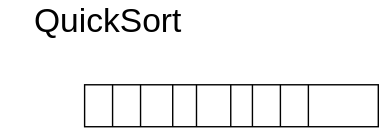
Above: Algoritmos/Quicksort/Quicksort.drawio.svg in Nordcode-cyber/Algoritmos-Estructdatos (draw.io), before the change. Source tidied: cells renumbered, new cells last; positions are measured from the earlier drawing's top-left corner, leaving out a move shared by most shapes.
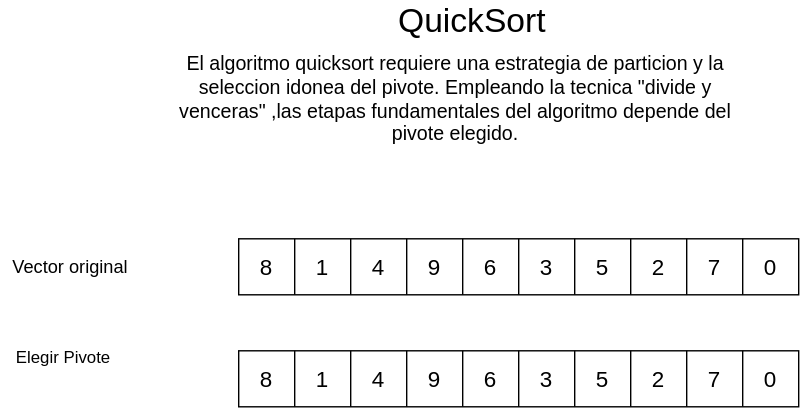
After the change.

Change to the diagram source:
```diff
@@ -5,56 +5,188 @@
     <mxCell id="2" value="&lt;font style=&quot;font-size: 24px; color: light-dark(rgb(0, 0, 0), rgb(255, 0, 0));&quot;&gt;QuickSort&lt;/font&gt;" style="text;html=1;align=center;verticalAlign=middle;whiteSpace=wrap;rounded=0;" parent="1" vertex="1">
       <mxGeometry width="154" height="30" as="geometry" />
     </mxCell>
-    <mxCell id="3" style="rounded=0;whiteSpace=wrap;html=1;fillColor=none;" parent="1" vertex="1">
-      <mxGeometry x="60" y="60" width="210" height="30" as="geometry" />
-    </mxCell>
-    <mxCell id="4" style="endArrow=none;html=1;" parent="1" edge="1">
-      <mxGeometry relative="1" as="geometry">
-        <mxPoint x="80" y="90" as="sourcePoint" />
-        <mxPoint x="80" y="60" as="targetPoint" />
-      </mxGeometry>
-    </mxCell>
-    <mxCell id="5" style="endArrow=none;html=1;" parent="1" edge="1">
-      <mxGeometry relative="1" as="geometry">
-        <mxPoint x="100" y="90" as="sourcePoint" />
-        <mxPoint x="100" y="60" as="targetPoint" />
-      </mxGeometry>
-    </mxCell>
-    <mxCell id="6" style="endArrow=none;html=1;" parent="1" edge="1">
-      <mxGeometry relative="1" as="geometry">
-        <mxPoint x="123" y="90" as="sourcePoint" />
-        <mxPoint x="123" y="60" as="targetPoint" />
-      </mxGeometry>
-    </mxCell>
-    <mxCell id="7" style="endArrow=none;html=1;" parent="1" edge="1">
-      <mxGeometry relative="1" as="geometry">
-        <mxPoint x="140" y="90" as="sourcePoint" />
-        <mxPoint x="140" y="60" as="targetPoint" />
-      </mxGeometry>
-    </mxCell>
-    <mxCell id="8" style="endArrow=none;html=1;" parent="1" edge="1">
-      <mxGeometry relative="1" as="geometry">
-        <mxPoint x="164.5" y="90" as="sourcePoint" />
-        <mxPoint x="164.5" y="60" as="targetPoint" />
-      </mxGeometry>
-    </mxCell>
-    <mxCell id="9" style="endArrow=none;html=1;" parent="1" edge="1">
-      <mxGeometry relative="1" as="geometry">
-        <mxPoint x="180" y="90" as="sourcePoint" />
-        <mxPoint x="180" y="60" as="targetPoint" />
-      </mxGeometry>
-    </mxCell>
-    <mxCell id="10" style="endArrow=none;html=1;" parent="1" edge="1">
-      <mxGeometry relative="1" as="geometry">
-        <mxPoint x="200" y="90" as="sourcePoint" />
-        <mxPoint x="200" y="60" as="targetPoint" />
-      </mxGeometry>
-    </mxCell>
-    <mxCell id="11" style="endArrow=none;html=1;" parent="1" edge="1">
-      <mxGeometry relative="1" as="geometry">
-        <mxPoint x="220" y="90" as="sourcePoint" />
-        <mxPoint x="220" y="60" as="targetPoint" />
-      </mxGeometry>
-    </mxCell>
+    <mxCell id="12" value="&lt;font style=&quot;font-size: 14px; color: light-dark(rgb(0, 0, 0), rgb(255, 0, 0));&quot;&gt;El algoritmo quicksort requiere una estrategia de particion y la seleccion idonea del pivote. Empleando la tecnica &quot;divide y venceras&quot; ,las etapas fundamentales del algoritmo depende del pivote elegido.&lt;/font&gt;" style="text;html=1;align=center;verticalAlign=middle;whiteSpace=wrap;rounded=0;" parent="1" vertex="1">
+      <mxGeometry x="-150" y="40" width="430" height="60" as="geometry" />
+    </mxCell>
+    <mxCell id="13" style="rounded=0;whiteSpace=wrap;html=1;fillColor=none;" parent="1" vertex="1">
+      <mxGeometry x="-90" y="170" width="400" height="40" as="geometry" />
+    </mxCell>
+    <mxCell id="14" value="&lt;font style=&quot;color: light-dark(rgb(0, 0, 0), rgb(255, 0, 0)); font-size: 13px;&quot;&gt;Vector original&lt;/font&gt;" style="text;html=1;align=center;verticalAlign=middle;whiteSpace=wrap;rounded=0;" parent="1" vertex="1">
+      <mxGeometry x="-260" y="175" width="100" height="30" as="geometry" />
+    </mxCell>
+    <mxCell id="15" style="endArrow=none;html=1;" parent="1" edge="1">
+      <mxGeometry relative="1" as="geometry">
+        <mxPoint x="70" y="210" as="sourcePoint" />
+        <mxPoint x="70" y="170" as="targetPoint" />
+      </mxGeometry>
+    </mxCell>
+    <mxCell id="16" style="endArrow=none;html=1;" parent="1" edge="1">
+      <mxGeometry relative="1" as="geometry">
+        <mxPoint x="150" y="210" as="sourcePoint" />
+        <mxPoint x="150" y="170" as="targetPoint" />
+      </mxGeometry>
+    </mxCell>
+    <mxCell id="17" style="endArrow=none;html=1;" parent="1" edge="1">
+      <mxGeometry relative="1" as="geometry">
+        <mxPoint x="-10" y="210" as="sourcePoint" />
+        <mxPoint x="-10" y="170" as="targetPoint" />
+      </mxGeometry>
+    </mxCell>
+    <mxCell id="18" style="endArrow=none;html=1;" parent="1" edge="1">
+      <mxGeometry relative="1" as="geometry">
+        <mxPoint x="190" y="210" as="sourcePoint" />
+        <mxPoint x="190" y="170" as="targetPoint" />
+      </mxGeometry>
+    </mxCell>
+    <mxCell id="19" style="endArrow=none;html=1;" parent="1" edge="1">
+      <mxGeometry relative="1" as="geometry">
+        <mxPoint x="110" y="210" as="sourcePoint" />
+        <mxPoint x="110" y="170" as="targetPoint" />
+      </mxGeometry>
+    </mxCell>
+    <mxCell id="20" style="endArrow=none;html=1;" parent="1" edge="1">
+      <mxGeometry relative="1" as="geometry">
+        <mxPoint x="30" y="210" as="sourcePoint" />
+        <mxPoint x="30" y="170" as="targetPoint" />
+      </mxGeometry>
+    </mxCell>
+    <mxCell id="21" style="endArrow=none;html=1;" parent="1" edge="1">
+      <mxGeometry relative="1" as="geometry">
+        <mxPoint x="-50" y="210" as="sourcePoint" />
+        <mxPoint x="-50" y="170" as="targetPoint" />
+      </mxGeometry>
+    </mxCell>
+    <mxCell id="22" style="endArrow=none;html=1;" parent="1" edge="1">
+      <mxGeometry relative="1" as="geometry">
+        <mxPoint x="230" y="210" as="sourcePoint" />
+        <mxPoint x="230" y="170" as="targetPoint" />
+      </mxGeometry>
+    </mxCell>
+    <mxCell id="23" style="endArrow=none;html=1;" parent="1" edge="1">
+      <mxGeometry relative="1" as="geometry">
+        <mxPoint x="270" y="210" as="sourcePoint" />
+        <mxPoint x="270" y="170" as="targetPoint" />
+      </mxGeometry>
+    </mxCell>
+    <mxCell id="24" value="&lt;font style=&quot;font-size: 16px;&quot;&gt;8&lt;/font&gt;" style="text;html=1;align=center;verticalAlign=middle;whiteSpace=wrap;rounded=0;" parent="1" vertex="1">
+      <mxGeometry x="-100" y="175" width="60" height="30" as="geometry" />
+    </mxCell>
+    <mxCell id="25" value="&lt;font style=&quot;font-size: 16px;&quot;&gt;1&lt;/font&gt;" style="text;html=1;align=center;verticalAlign=middle;whiteSpace=wrap;rounded=0;" parent="1" vertex="1">
+      <mxGeometry x="-60" y="175" width="60" height="30" as="geometry" />
+    </mxCell>
+    <mxCell id="26" value="&lt;font style=&quot;font-size: 16px;&quot;&gt;4&lt;/font&gt;" style="text;html=1;align=center;verticalAlign=middle;whiteSpace=wrap;rounded=0;" parent="1" vertex="1">
+      <mxGeometry x="-20" y="175" width="60" height="30" as="geometry" />
+    </mxCell>
+    <mxCell id="27" value="&lt;font style=&quot;font-size: 16px;&quot;&gt;9&lt;/font&gt;" style="text;html=1;align=center;verticalAlign=middle;whiteSpace=wrap;rounded=0;" parent="1" vertex="1">
+      <mxGeometry x="20" y="175" width="60" height="30" as="geometry" />
+    </mxCell>
+    <mxCell id="28" value="&lt;font style=&quot;font-size: 16px;&quot;&gt;6&lt;/font&gt;" style="text;html=1;align=center;verticalAlign=middle;whiteSpace=wrap;rounded=0;" parent="1" vertex="1">
+      <mxGeometry x="60" y="175" width="60" height="30" as="geometry" />
+    </mxCell>
+    <mxCell id="29" value="&lt;font style=&quot;font-size: 16px;&quot;&gt;3&lt;/font&gt;" style="text;html=1;align=center;verticalAlign=middle;whiteSpace=wrap;rounded=0;" parent="1" vertex="1">
+      <mxGeometry x="100" y="175" width="60" height="30" as="geometry" />
+    </mxCell>
+    <mxCell id="30" value="&lt;font style=&quot;font-size: 16px;&quot;&gt;5&lt;/font&gt;" style="text;html=1;align=center;verticalAlign=middle;whiteSpace=wrap;rounded=0;" parent="1" vertex="1">
+      <mxGeometry x="140" y="175" width="60" height="30" as="geometry" />
+    </mxCell>
+    <mxCell id="31" value="&lt;font style=&quot;font-size: 16px;&quot;&gt;2&lt;/font&gt;" style="text;html=1;align=center;verticalAlign=middle;whiteSpace=wrap;rounded=0;" parent="1" vertex="1">
+      <mxGeometry x="180" y="175" width="60" height="30" as="geometry" />
+    </mxCell>
+    <mxCell id="32" value="&lt;font style=&quot;font-size: 16px;&quot;&gt;7&lt;/font&gt;" style="text;html=1;align=center;verticalAlign=middle;whiteSpace=wrap;rounded=0;" parent="1" vertex="1">
+      <mxGeometry x="220" y="175" width="60" height="30" as="geometry" />
+    </mxCell>
+    <mxCell id="33" value="&lt;font style=&quot;font-size: 16px;&quot;&gt;0&lt;/font&gt;" style="text;html=1;align=center;verticalAlign=middle;whiteSpace=wrap;rounded=0;" parent="1" vertex="1">
+      <mxGeometry x="260" y="175" width="60" height="30" as="geometry" />
+    </mxCell>
+    <mxCell id="34" value="&lt;font style=&quot;color: light-dark(rgb(0, 0, 0), rgb(255, 0, 0));&quot;&gt;Elegir Pivote&lt;/font&gt;" style="text;html=1;align=center;verticalAlign=middle;whiteSpace=wrap;rounded=0;" parent="1" vertex="1">
+      <mxGeometry x="-260" y="240" width="90" height="30" as="geometry" />
+    </mxCell>
+    <mxCell id="35" style="rounded=0;whiteSpace=wrap;html=1;fillColor=none;" parent="1" vertex="1">
+      <mxGeometry x="-90" y="250" width="400" height="40" as="geometry" />
+    </mxCell>
+    <mxCell id="36" style="endArrow=none;html=1;" parent="1" edge="1">
+      <mxGeometry relative="1" as="geometry">
+        <mxPoint x="70" y="290" as="sourcePoint" />
+        <mxPoint x="70" y="250" as="targetPoint" />
+      </mxGeometry>
+    </mxCell>
+    <mxCell id="37" style="endArrow=none;html=1;" parent="1" edge="1">
+      <mxGeometry relative="1" as="geometry">
+        <mxPoint x="150" y="290" as="sourcePoint" />
+        <mxPoint x="150" y="250" as="targetPoint" />
+      </mxGeometry>
+    </mxCell>
+    <mxCell id="38" style="endArrow=none;html=1;" parent="1" edge="1">
+      <mxGeometry relative="1" as="geometry">
+        <mxPoint x="-10" y="290" as="sourcePoint" />
+        <mxPoint x="-10" y="250" as="targetPoint" />
+      </mxGeometry>
+    </mxCell>
+    <mxCell id="39" style="endArrow=none;html=1;" parent="1" edge="1">
+      <mxGeometry relative="1" as="geometry">
+        <mxPoint x="190" y="290" as="sourcePoint" />
+        <mxPoint x="190" y="250" as="targetPoint" />
+      </mxGeometry>
+    </mxCell>
+    <mxCell id="40" style="endArrow=none;html=1;" parent="1" edge="1">
+      <mxGeometry relative="1" as="geometry">
+        <mxPoint x="110" y="290" as="sourcePoint" />
+        <mxPoint x="110" y="250" as="targetPoint" />
+      </mxGeometry>
+    </mxCell>
+    <mxCell id="41" style="endArrow=none;html=1;" parent="1" edge="1">
+      <mxGeometry relative="1" as="geometry">
+        <mxPoint x="30" y="290" as="sourcePoint" />
+        <mxPoint x="30" y="250" as="targetPoint" />
+      </mxGeometry>
+    </mxCell>
+    <mxCell id="42" style="endArrow=none;html=1;" parent="1" edge="1">
+      <mxGeometry relative="1" as="geometry">
+        <mxPoint x="-50" y="290" as="sourcePoint" />
+        <mxPoint x="-50" y="250" as="targetPoint" />
+      </mxGeometry>
+    </mxCell>
+    <mxCell id="43" style="endArrow=none;html=1;" parent="1" edge="1">
+      <mxGeometry relative="1" as="geometry">
+        <mxPoint x="230" y="290" as="sourcePoint" />
+        <mxPoint x="230" y="250" as="targetPoint" />
+      </mxGeometry>
+    </mxCell>
+    <mxCell id="44" style="endArrow=none;html=1;" parent="1" edge="1">
+      <mxGeometry relative="1" as="geometry">
+        <mxPoint x="270" y="290" as="sourcePoint" />
+        <mxPoint x="270" y="250" as="targetPoint" />
+      </mxGeometry>
+    </mxCell>
+    <mxCell id="45" value="&lt;font style=&quot;font-size: 16px;&quot;&gt;8&lt;/font&gt;" style="text;html=1;align=center;verticalAlign=middle;whiteSpace=wrap;rounded=0;" parent="1" vertex="1">
+      <mxGeometry x="-100" y="255" width="60" height="30" as="geometry" />
+    </mxCell>
+    <mxCell id="46" value="&lt;font style=&quot;font-size: 16px;&quot;&gt;1&lt;/font&gt;" style="text;html=1;align=center;verticalAlign=middle;whiteSpace=wrap;rounded=0;" parent="1" vertex="1">
+      <mxGeometry x="-60" y="255" width="60" height="30" as="geometry" />
+    </mxCell>
+    <mxCell id="47" value="&lt;font style=&quot;font-size: 16px;&quot;&gt;4&lt;/font&gt;" style="text;html=1;align=center;verticalAlign=middle;whiteSpace=wrap;rounded=0;" parent="1" vertex="1">
+      <mxGeometry x="-20" y="255" width="60" height="30" as="geometry" />
+    </mxCell>
+    <mxCell id="48" value="&lt;font style=&quot;font-size: 16px;&quot;&gt;9&lt;/font&gt;" style="text;html=1;align=center;verticalAlign=middle;whiteSpace=wrap;rounded=0;" parent="1" vertex="1">
+      <mxGeometry x="20" y="255" width="60" height="30" as="geometry" />
+    </mxCell>
+    <mxCell id="49" value="&lt;font style=&quot;font-size: 16px; color: light-dark(rgb(0, 0, 0), rgb(255, 255, 0));&quot;&gt;6&lt;/font&gt;" style="text;html=1;align=center;verticalAlign=middle;whiteSpace=wrap;rounded=0;fillColor=none;" parent="1" vertex="1">
+      <mxGeometry x="60" y="252.5" width="60" height="35" as="geometry" />
+    </mxCell>
+    <mxCell id="50" value="&lt;font style=&quot;font-size: 16px;&quot;&gt;3&lt;/font&gt;" style="text;html=1;align=center;verticalAlign=middle;whiteSpace=wrap;rounded=0;" parent="1" vertex="1">
+      <mxGeometry x="100" y="255" width="60" height="30" as="geometry" />
+    </mxCell>
+    <mxCell id="51" value="&lt;font style=&quot;font-size: 16px;&quot;&gt;5&lt;/font&gt;" style="text;html=1;align=center;verticalAlign=middle;whiteSpace=wrap;rounded=0;" parent="1" vertex="1">
+      <mxGeometry x="140" y="255" width="60" height="30" as="geometry" />
+    </mxCell>
+    <mxCell id="52" value="&lt;font style=&quot;font-size: 16px;&quot;&gt;2&lt;/font&gt;" style="text;html=1;align=center;verticalAlign=middle;whiteSpace=wrap;rounded=0;" parent="1" vertex="1">
+      <mxGeometry x="180" y="255" width="60" height="30" as="geometry" />
+    </mxCell>
+    <mxCell id="53" value="&lt;font style=&quot;font-size: 16px;&quot;&gt;7&lt;/font&gt;" style="text;html=1;align=center;verticalAlign=middle;whiteSpace=wrap;rounded=0;" parent="1" vertex="1">
+      <mxGeometry x="220" y="255" width="60" height="30" as="geometry" />
+    </mxCell>
+    <mxCell id="54" value="&lt;font style=&quot;font-size: 16px;&quot;&gt;0&lt;/font&gt;" style="text;html=1;align=center;verticalAlign=middle;whiteSpace=wrap;rounded=0;" parent="1" vertex="1">
+      <mxGeometry x="260" y="255" width="60" height="30" as="geometry" />
+    </mxCell>
   </root>
 </mxGraphModel>
```
